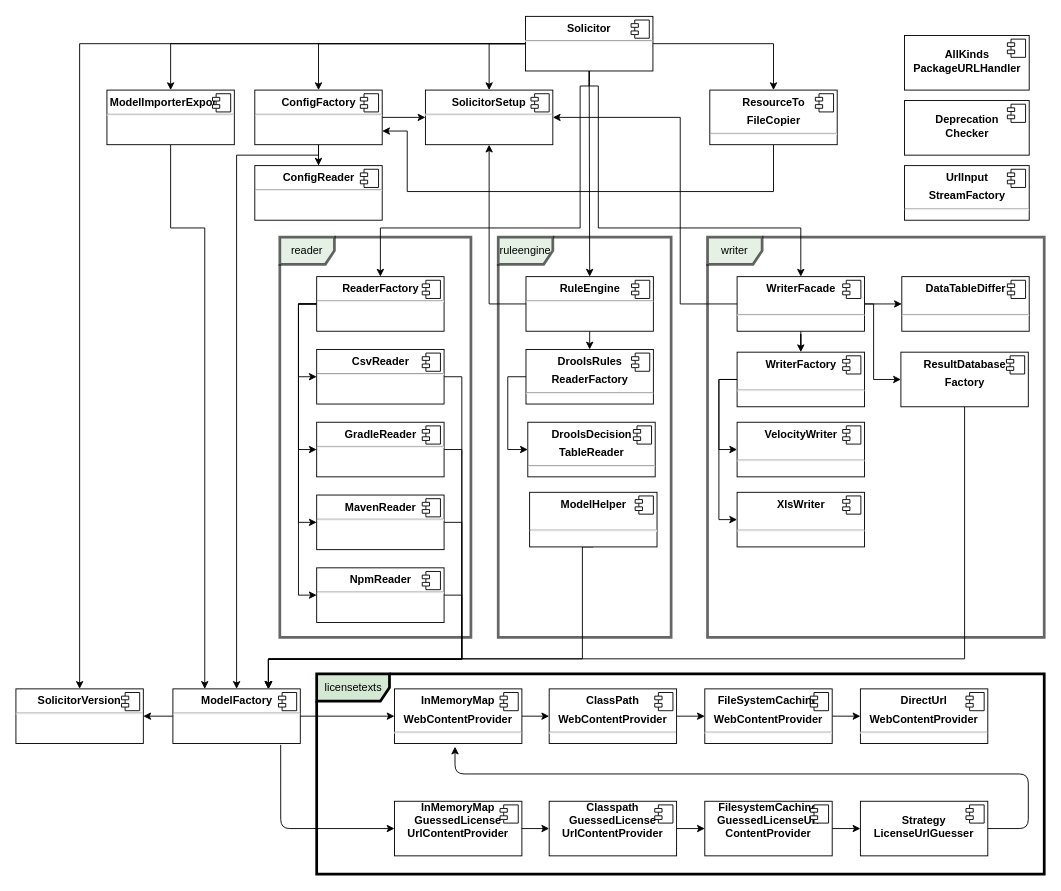
This is core/src/main/java/com/devonfw/tools/solicitor/doc-files/solicitor_beans.drawio from devonfw/solicitor, a draw.io file, before an edit. Source tidied: cells renumbered, new cells numbered last; positions are measured from the earlier drawing's top-left corner, leaving out a move shared by most shapes. Both pictures are drawn from the tidied source at 91%, with x=0, y=0 at pixel (15, 16).
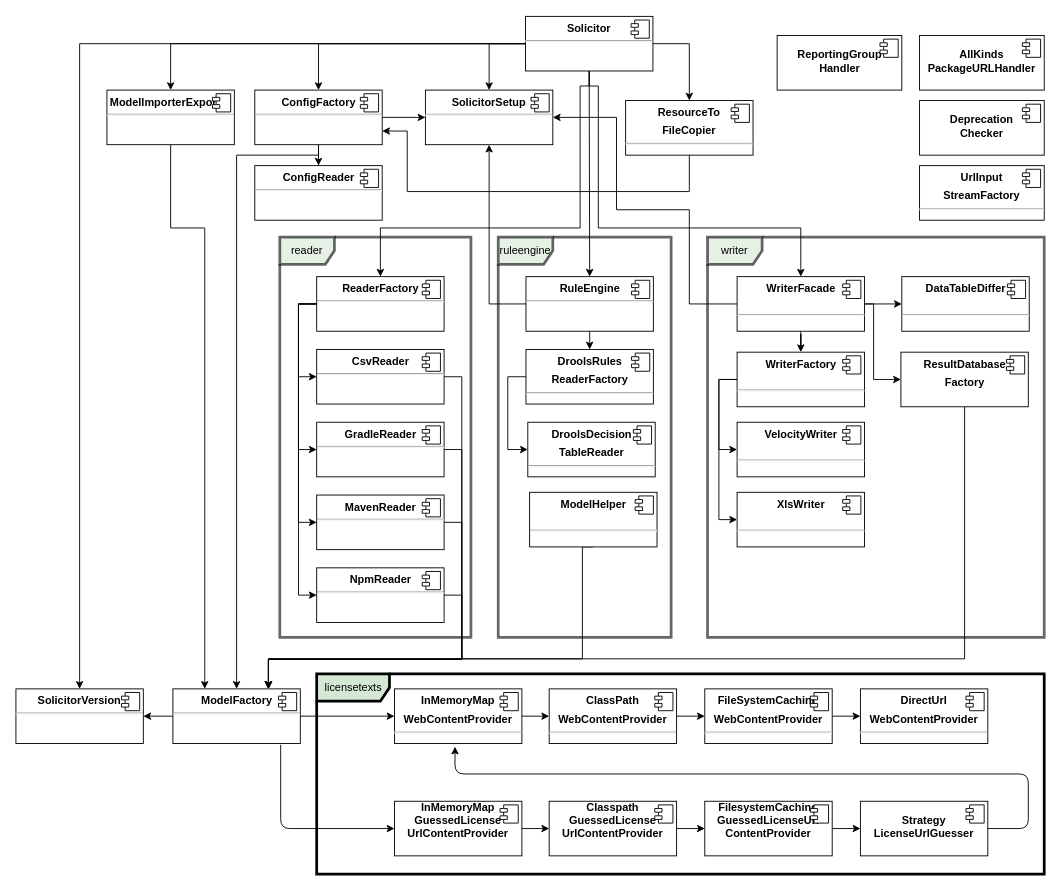
The same page after the edit.

Unchanged cells that the change refers to:
```xml
<mxCell id="13" value="&lt;p style=&quot;margin: 0px ; margin-top: 6px ; text-align: center&quot;&gt;&lt;b&gt;Solicitor&lt;/b&gt;&lt;/p&gt;&lt;hr&gt;" style="align=left;overflow=fill;html=1;rotation=0;" parent="1" vertex="1">
  <mxGeometry x="560" y="-0.5" width="140" height="60" as="geometry" />
</mxCell>
<mxCell id="15" value="&lt;p style=&quot;margin: 0px ; margin-top: 6px ; text-align: center&quot;&gt;&lt;b&gt;SolicitorSetup&lt;/b&gt;&lt;/p&gt;&lt;hr&gt;" style="align=left;overflow=fill;html=1;rotation=0;" parent="1" vertex="1">
  <mxGeometry x="450" y="80.5" width="140" height="60" as="geometry" />
</mxCell>
<mxCell id="41" value="&lt;p style=&quot;margin: 0px ; margin-top: 6px ; text-align: center&quot;&gt;&lt;b&gt;ConfigFactory&lt;/b&gt;&lt;/p&gt;&lt;hr&gt;" style="align=left;overflow=fill;html=1;rotation=0;" parent="1" vertex="1">
  <mxGeometry x="262.5" y="80.5" width="140" height="60" as="geometry" />
</mxCell>
<mxCell id="94" value="&lt;p style=&quot;margin: 0px ; margin-top: 6px ; text-align: center&quot;&gt;&lt;b&gt;WriterFacade&lt;/b&gt;&lt;/p&gt;&lt;br&gt;&lt;hr&gt;" style="align=left;overflow=fill;html=1;rotation=0;" parent="1" vertex="1">
  <mxGeometry x="792.5" y="285.5" width="140" height="60" as="geometry" />
</mxCell>
```

Change to the diagram source:
```diff
@@
     <mxCell id="6" style="edgeStyle=orthogonalEdgeStyle;rounded=0;jettySize=auto;html=1;" parent="1" edge="1" source="13" target="22">
-      <mxGeometry relative="1" as="geometry" />
+      <mxGeometry relative="1" as="geometry">
+        <Array as="points">
+          <mxPoint x="740" y="30" />
+        </Array>
+      </mxGeometry>
     </mxCell>
@@
     <mxCell id="19" value="&lt;p style=&quot;margin: 0px ; margin-top: 6px ; text-align: center&quot;&gt;&lt;b&gt;UrlInput&lt;/b&gt;&lt;/p&gt;&lt;p style=&quot;margin: 0px ; margin-top: 6px ; text-align: center&quot;&gt;&lt;b&gt;StreamFactory&lt;/b&gt;&lt;br&gt;&lt;/p&gt;&lt;hr&gt;" style="align=left;overflow=fill;html=1;rotation=0;" parent="1" vertex="1">
-      <mxGeometry x="976.5" y="163.5" width="137" height="60" as="geometry" />
+      <mxGeometry x="993" y="163.5" width="137" height="60" as="geometry" />
     </mxCell>
@@
     <mxCell id="21" style="edgeStyle=orthogonalEdgeStyle;rounded=0;jettySize=auto;html=1;exitX=0.5;exitY=1;exitDx=0;exitDy=0;entryX=1;entryY=0.75;entryDx=0;entryDy=0;" parent="1" edge="1" source="22" target="41">
       <mxGeometry relative="1" as="geometry">
         <Array as="points">
-          <mxPoint x="833" y="192" />
+          <mxPoint x="740" y="192" />
           <mxPoint x="430" y="192" />
           <mxPoint x="430" y="126" />
         </Array>
       </mxGeometry>
     </mxCell>
     <mxCell id="22" value="&lt;p style=&quot;margin: 0px ; margin-top: 6px ; text-align: center&quot;&gt;&lt;b&gt;ResourceTo&lt;/b&gt;&lt;/p&gt;&lt;p style=&quot;margin: 0px ; margin-top: 6px ; text-align: center&quot;&gt;&lt;b&gt;FileCopier&lt;/b&gt;&lt;br&gt;&lt;/p&gt;&lt;hr&gt;" style="align=left;overflow=fill;html=1;rotation=0;" parent="1" vertex="1">
-      <mxGeometry x="762.5" y="80.5" width="140" height="60" as="geometry" />
+      <mxGeometry x="670" y="92" width="140" height="60" as="geometry" />
     </mxCell>
@@
     <mxCell id="93" style="edgeStyle=orthogonalEdgeStyle;rounded=0;jettySize=auto;html=1;exitX=0;exitY=0.5;exitDx=0;exitDy=0;entryX=1;entryY=0.5;entryDx=0;entryDy=0;" parent="1" edge="1" source="94" target="15">
       <mxGeometry relative="1" as="geometry">
         <Array as="points">
-          <mxPoint x="730" y="316" />
-          <mxPoint x="730" y="111" />
+          <mxPoint x="740" y="316" />
+          <mxPoint x="740" y="212" />
+          <mxPoint x="660" y="212" />
+          <mxPoint x="660" y="111" />
         </Array>
       </mxGeometry>
     </mxCell>
@@
     <mxCell id="99" value="&lt;b&gt;&lt;br&gt;Deprecation&lt;br&gt;Checker&lt;br&gt;&lt;/b&gt;&lt;p style=&quot;margin: 6px 0px 0px&quot;&gt;&lt;/p&gt;" style="align=center;overflow=fill;html=1;rotation=0;verticalAlign=middle;" parent="1" vertex="1">
-      <mxGeometry x="976.5" y="92" width="137" height="60" as="geometry" />
+      <mxGeometry x="993" y="92" width="137" height="60" as="geometry" />
     </mxCell>
@@
     <mxCell id="114" value="&lt;b&gt;&lt;br&gt;AllKinds&lt;br&gt;PackageURLHandler&lt;br&gt;&lt;br&gt;&lt;/b&gt;&lt;p style=&quot;margin: 6px 0px 0px&quot;&gt;&lt;/p&gt;" style="align=center;overflow=fill;html=1;rotation=0;verticalAlign=middle;" parent="1" vertex="1">
-      <mxGeometry x="976.5" y="20.5" width="137" height="60" as="geometry" />
+      <mxGeometry x="993" y="20.5" width="137" height="60" as="geometry" />
     </mxCell>
@@
+    <mxCell id="116" value="&lt;div&gt;&lt;b&gt;&lt;br&gt;&lt;/b&gt;&lt;/div&gt;&lt;b&gt;ReportingGroup&lt;/b&gt;&lt;div&gt;&lt;b&gt;Handler&lt;/b&gt;&lt;p style=&quot;margin: 6px 0px 0px&quot;&gt;&lt;/p&gt;&lt;/div&gt;" style="align=center;overflow=fill;html=1;rotation=0;verticalAlign=middle;" parent="1" vertex="1">
+      <mxGeometry x="836.5" y="20.5" width="137" height="60" as="geometry" />
+    </mxCell>
+    <mxCell id="117" style="shape=component;jettyWidth=8;jettyHeight=4;" parent="116" vertex="1">
+      <mxGeometry x="1" width="20" height="20" relative="1" as="geometry">
+        <mxPoint x="-24" y="4" as="offset" />
+      </mxGeometry>
+    </mxCell>
```
